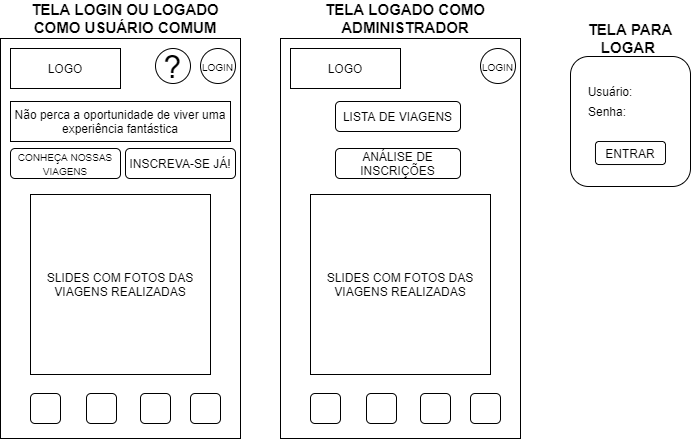
Above: semana10/LabeX/home.png in future4code/Carolina-Muniz (draw.io), before the change. Source tidied: cells renumbered, new cells last; positions are measured from the earlier drawing's top-left corner, leaving out a move shared by most shapes. Its diagram source:
```xml
<mxGraphModel>
  <root>
    <mxCell id="0" />
    <mxCell id="1" parent="0" />
    <mxCell id="2" style="rounded=0;whiteSpace=wrap;html=1;align=left;" parent="1" vertex="1">
      <mxGeometry y="30" width="240" height="400" as="geometry" />
    </mxCell>
    <mxCell id="3" value="LOGO" style="rounded=0;whiteSpace=wrap;html=1;align=center;" parent="1" vertex="1">
      <mxGeometry x="10" y="40" width="110" height="40" as="geometry" />
    </mxCell>
    <mxCell id="4" value="&lt;font style=&quot;font-size: 32px&quot;&gt;?&lt;/font&gt;" style="ellipse;whiteSpace=wrap;html=1;align=center;" parent="1" vertex="1">
      <mxGeometry x="155" y="40" width="35" height="35" as="geometry" />
    </mxCell>
    <mxCell id="5" value="SLIDES COM FOTOS DAS VIAGENS REALIZADAS" style="whiteSpace=wrap;html=1;align=center;" parent="1" vertex="1">
      <mxGeometry x="30" y="186" width="180" height="180" as="geometry" />
    </mxCell>
    <mxCell id="6" value="&lt;font style=&quot;font-size: 10px&quot;&gt;LOGIN&lt;/font&gt;" style="ellipse;whiteSpace=wrap;html=1;align=center;" parent="1" vertex="1">
      <mxGeometry x="200" y="40" width="35" height="35" as="geometry" />
    </mxCell>
    <mxCell id="7" value="Não perca a oportunidade de viver uma experiência fantástica" style="rounded=0;whiteSpace=wrap;html=1;align=center;" parent="1" vertex="1">
      <mxGeometry x="10" y="93" width="220" height="40" as="geometry" />
    </mxCell>
    <mxCell id="8" value="INSCREVA-SE JÁ!" style="rounded=1;whiteSpace=wrap;html=1;align=center;" parent="1" vertex="1">
      <mxGeometry x="125" y="140" width="110" height="30" as="geometry" />
    </mxCell>
    <mxCell id="9" style="rounded=1;whiteSpace=wrap;html=1;align=left;" parent="1" vertex="1">
      <mxGeometry x="30" y="385" width="30" height="30" as="geometry" />
    </mxCell>
    <mxCell id="10" style="rounded=1;whiteSpace=wrap;html=1;align=left;" parent="1" vertex="1">
      <mxGeometry x="86" y="385" width="30" height="30" as="geometry" />
    </mxCell>
    <mxCell id="11" style="rounded=1;whiteSpace=wrap;html=1;align=left;" parent="1" vertex="1">
      <mxGeometry x="140" y="385" width="30" height="30" as="geometry" />
    </mxCell>
    <mxCell id="12" style="rounded=1;whiteSpace=wrap;html=1;align=left;" parent="1" vertex="1">
      <mxGeometry x="190" y="385" width="30" height="30" as="geometry" />
    </mxCell>
    <mxCell id="13" value="&lt;b style=&quot;font-size: 15px;&quot;&gt;TELA LOGIN OU LOGADO COMO USUÁRIO COMUM&lt;/b&gt;" style="text;html=1;strokeColor=none;fillColor=none;align=center;verticalAlign=middle;whiteSpace=wrap;rounded=0;fontSize=15;" parent="1" vertex="1">
      <mxGeometry x="30" width="190" height="20" as="geometry" />
    </mxCell>
    <mxCell id="14" style="rounded=0;whiteSpace=wrap;html=1;align=left;" parent="1" vertex="1">
      <mxGeometry x="280" y="30" width="240" height="400" as="geometry" />
    </mxCell>
    <mxCell id="15" value="LOGO" style="rounded=0;whiteSpace=wrap;html=1;align=center;" parent="1" vertex="1">
      <mxGeometry x="290" y="40" width="110" height="40" as="geometry" />
    </mxCell>
    <mxCell id="16" value="SLIDES COM FOTOS DAS VIAGENS REALIZADAS" style="whiteSpace=wrap;html=1;align=center;" parent="1" vertex="1">
      <mxGeometry x="310" y="186" width="180" height="180" as="geometry" />
    </mxCell>
    <mxCell id="17" value="&lt;font style=&quot;font-size: 10px&quot;&gt;LOGIN&lt;/font&gt;" style="ellipse;whiteSpace=wrap;html=1;align=center;" parent="1" vertex="1">
      <mxGeometry x="480" y="40" width="35" height="35" as="geometry" />
    </mxCell>
    <mxCell id="18" style="rounded=1;whiteSpace=wrap;html=1;align=left;" parent="1" vertex="1">
      <mxGeometry x="310" y="385" width="30" height="30" as="geometry" />
    </mxCell>
    <mxCell id="19" style="rounded=1;whiteSpace=wrap;html=1;align=left;" parent="1" vertex="1">
      <mxGeometry x="366" y="385" width="30" height="30" as="geometry" />
    </mxCell>
    <mxCell id="20" style="rounded=1;whiteSpace=wrap;html=1;align=left;" parent="1" vertex="1">
      <mxGeometry x="420" y="385" width="30" height="30" as="geometry" />
    </mxCell>
    <mxCell id="21" style="rounded=1;whiteSpace=wrap;html=1;align=left;" parent="1" vertex="1">
      <mxGeometry x="470" y="385" width="30" height="30" as="geometry" />
    </mxCell>
    <mxCell id="22" value="&lt;b style=&quot;font-size: 15px;&quot;&gt;TELA LOGADO COMO ADMINISTRADOR&lt;/b&gt;" style="text;html=1;strokeColor=none;fillColor=none;align=center;verticalAlign=middle;whiteSpace=wrap;rounded=0;fontSize=15;" parent="1" vertex="1">
      <mxGeometry x="320" width="170" height="20" as="geometry" />
    </mxCell>
    <mxCell id="23" value="&lt;font style=&quot;font-size: 10px&quot;&gt;CONHEÇA NOSSAS VIAGENS&lt;/font&gt;" style="rounded=1;whiteSpace=wrap;html=1;align=center;" parent="1" vertex="1">
      <mxGeometry x="10" y="140" width="110" height="30" as="geometry" />
    </mxCell>
    <mxCell id="24" value="LISTA DE VIAGENS" style="rounded=1;whiteSpace=wrap;html=1;align=center;" parent="1" vertex="1">
      <mxGeometry x="335" y="93" width="125" height="30" as="geometry" />
    </mxCell>
    <mxCell id="25" value="ANÁLISE DE INSCRIÇÕES" style="rounded=1;whiteSpace=wrap;html=1;align=center;" parent="1" vertex="1">
      <mxGeometry x="335" y="140" width="125" height="30" as="geometry" />
    </mxCell>
    <mxCell id="26" style="rounded=1;whiteSpace=wrap;html=1;align=left;" parent="1" vertex="1">
      <mxGeometry x="570" y="48" width="120" height="130" as="geometry" />
    </mxCell>
    <mxCell id="27" value="Usuário:" style="text;html=1;strokeColor=none;fillColor=none;align=center;verticalAlign=middle;whiteSpace=wrap;rounded=0;" parent="1" vertex="1">
      <mxGeometry x="590" y="73" width="40" height="20" as="geometry" />
    </mxCell>
    <mxCell id="28" value="Senha:&amp;nbsp;" style="text;html=1;strokeColor=none;fillColor=none;align=left;verticalAlign=middle;whiteSpace=wrap;rounded=0;" parent="1" vertex="1">
      <mxGeometry x="586" y="93" width="110" height="20" as="geometry" />
    </mxCell>
    <mxCell id="29" value="ENTRAR" style="rounded=1;whiteSpace=wrap;html=1;align=center;" parent="1" vertex="1">
      <mxGeometry x="595" y="133" width="70" height="23" as="geometry" />
    </mxCell>
    <mxCell id="30" value="&lt;b style=&quot;font-size: 15px;&quot;&gt;TELA PARA LOGAR&amp;nbsp;&lt;/b&gt;" style="text;html=1;strokeColor=none;fillColor=none;align=center;verticalAlign=middle;whiteSpace=wrap;rounded=0;fontSize=15;" parent="1" vertex="1">
      <mxGeometry x="570" y="20" width="120" height="20" as="geometry" />
    </mxCell>
  </root>
</mxGraphModel>
```
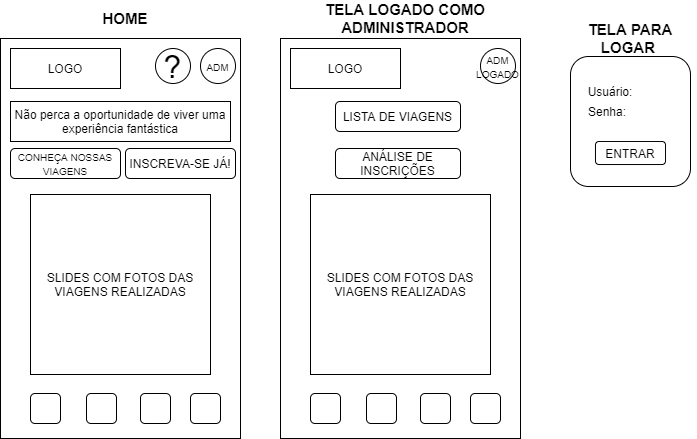
Above is the later version.

Change to the diagram source:
```diff
@@ -14,7 +14,7 @@
     <mxCell id="5" value="SLIDES COM FOTOS DAS VIAGENS REALIZADAS" style="whiteSpace=wrap;html=1;align=center;" parent="1" vertex="1">
       <mxGeometry x="30" y="186" width="180" height="180" as="geometry" />
     </mxCell>
-    <mxCell id="6" value="&lt;font style=&quot;font-size: 10px&quot;&gt;LOGIN&lt;/font&gt;" style="ellipse;whiteSpace=wrap;html=1;align=center;" parent="1" vertex="1">
+    <mxCell id="6" value="&lt;font style=&quot;font-size: 10px&quot;&gt;ADM&lt;/font&gt;" style="ellipse;whiteSpace=wrap;html=1;align=center;" parent="1" vertex="1">
       <mxGeometry x="200" y="40" width="35" height="35" as="geometry" />
     </mxCell>
     <mxCell id="7" value="Não perca a oportunidade de viver uma experiência fantástica" style="rounded=0;whiteSpace=wrap;html=1;align=center;" parent="1" vertex="1">
@@ -35,7 +35,7 @@
     <mxCell id="12" style="rounded=1;whiteSpace=wrap;html=1;align=left;" parent="1" vertex="1">
       <mxGeometry x="190" y="385" width="30" height="30" as="geometry" />
     </mxCell>
-    <mxCell id="13" value="&lt;b style=&quot;font-size: 15px;&quot;&gt;TELA LOGIN OU LOGADO COMO USUÁRIO COMUM&lt;/b&gt;" style="text;html=1;strokeColor=none;fillColor=none;align=center;verticalAlign=middle;whiteSpace=wrap;rounded=0;fontSize=15;" parent="1" vertex="1">
+    <mxCell id="13" value="&lt;b&gt;HOME&lt;/b&gt;" style="text;html=1;strokeColor=none;fillColor=none;align=center;verticalAlign=middle;whiteSpace=wrap;rounded=0;fontSize=15;" parent="1" vertex="1">
       <mxGeometry x="30" width="190" height="20" as="geometry" />
     </mxCell>
     <mxCell id="14" style="rounded=0;whiteSpace=wrap;html=1;align=left;" parent="1" vertex="1">
@@ -47,7 +47,7 @@
     <mxCell id="16" value="SLIDES COM FOTOS DAS VIAGENS REALIZADAS" style="whiteSpace=wrap;html=1;align=center;" parent="1" vertex="1">
       <mxGeometry x="310" y="186" width="180" height="180" as="geometry" />
     </mxCell>
-    <mxCell id="17" value="&lt;font style=&quot;font-size: 10px&quot;&gt;LOGIN&lt;/font&gt;" style="ellipse;whiteSpace=wrap;html=1;align=center;" parent="1" vertex="1">
+    <mxCell id="17" value="&lt;span style=&quot;font-size: 10px&quot;&gt;ADM&lt;br&gt;LOGADO&lt;/span&gt;" style="ellipse;whiteSpace=wrap;html=1;align=center;" parent="1" vertex="1">
       <mxGeometry x="480" y="40" width="35" height="35" as="geometry" />
     </mxCell>
     <mxCell id="18" style="rounded=1;whiteSpace=wrap;html=1;align=left;" parent="1" vertex="1">
```
